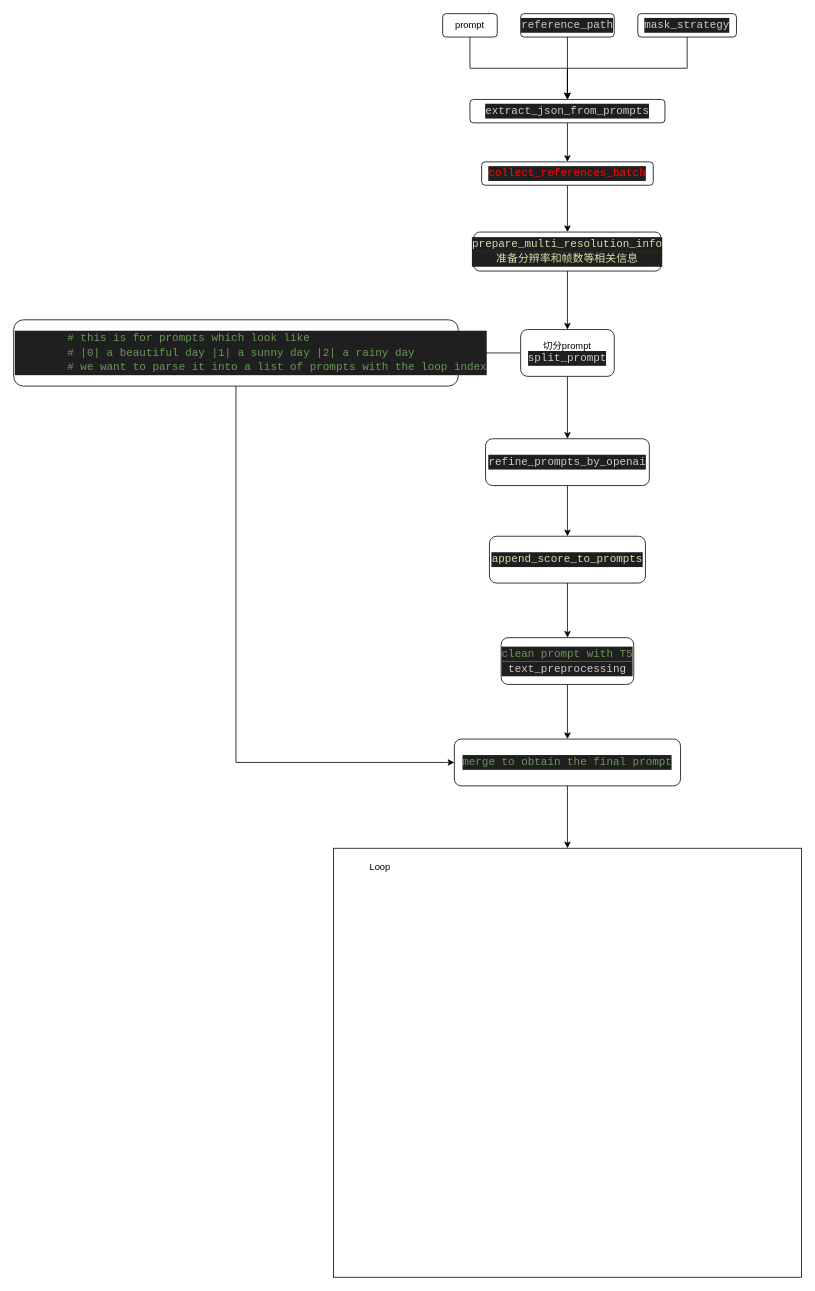
The draw.io diagram page "infer" (2 of 3) of Model/OpenSora/opensora.drawio in huangZchao/LLM-Notebook, before the edit. Source tidied: cells renumbered, new cells numbered last; positions are measured from the earlier drawing's top-left corner, leaving out a move shared by most shapes. Both pictures are drawn from the tidied source at 78%, with x=0, y=0 at pixel (13, 13).
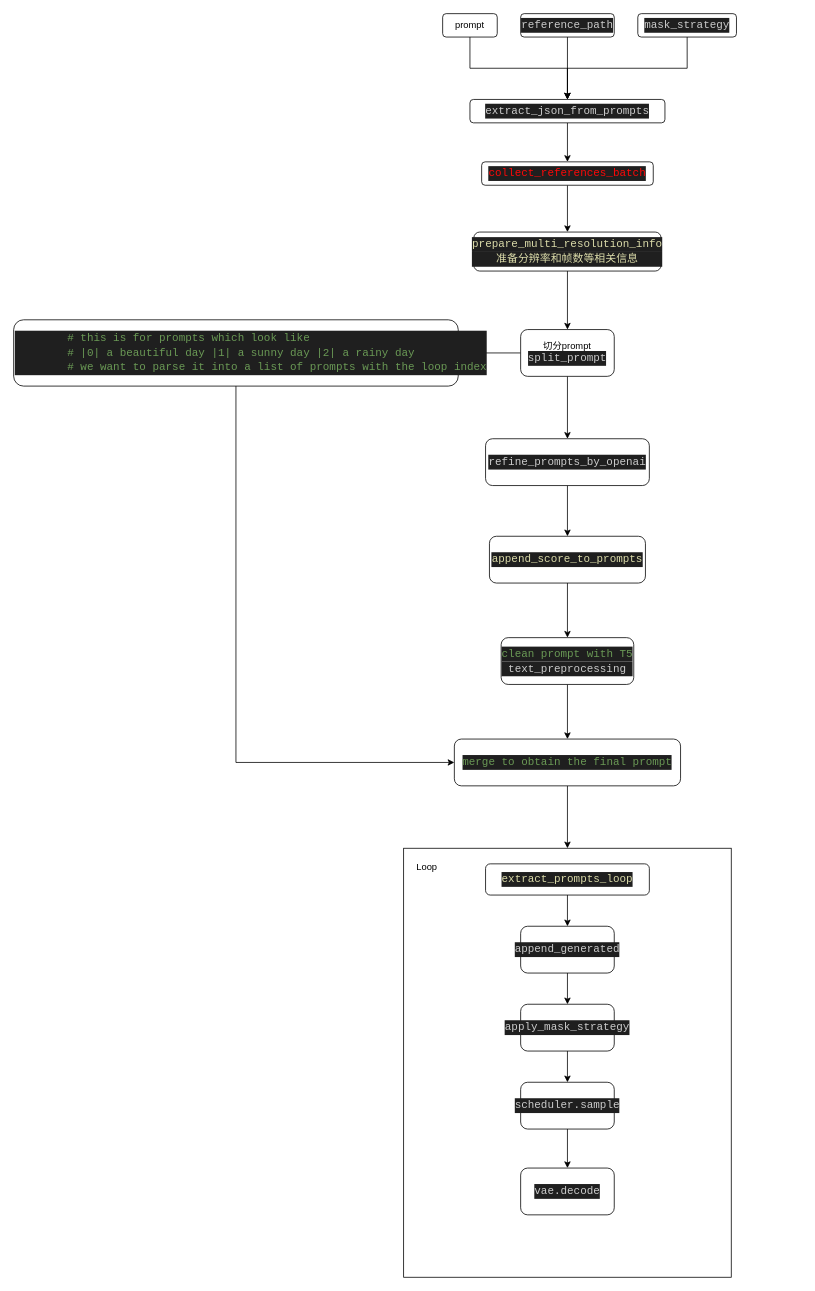
Above is the later version.

The edit, as a diff of the source:
```diff
@@
     <mxCell id="27" style="whiteSpace=wrap;html=1;rounded=1;arcSize=0;" parent="1" vertex="1">
-      <mxGeometry x="410" y="1070" width="600" height="550" as="geometry" />
+      <mxGeometry x="500" y="1070" width="420" height="550" as="geometry" />
     </mxCell>
     <mxCell id="28" value="Loop" style="text;html=1;align=center;verticalAlign=middle;whiteSpace=wrap;rounded=0;" parent="1" vertex="1">
-      <mxGeometry x="440" y="1080" width="60" height="30" as="geometry" />
+      <mxGeometry x="500" y="1080" width="60" height="30" as="geometry" />
     </mxCell>
+    <mxCell id="29" style="edgeStyle=orthogonalEdgeStyle;rounded=0;jettySize=auto;html=1;" parent="1" edge="1" source="30" target="32">
+      <mxGeometry relative="1" as="geometry" />
+    </mxCell>
+    <mxCell id="30" value="&lt;div style=&quot;color: #cccccc;background-color: #1f1f1f;font-family: Consolas, 'Courier New', monospace;font-weight: normal;font-size: 14px;line-height: 19px;white-space: pre;&quot;&gt;&lt;div&gt;&lt;span style=&quot;color: #dcdcaa;&quot;&gt;extract_prompts_loop&lt;/span&gt;&lt;/div&gt;&lt;/div&gt;" style="rounded=1;whiteSpace=wrap;html=1;" parent="1" vertex="1">
+      <mxGeometry x="605" y="1090" width="210" height="40" as="geometry" />
+    </mxCell>
+    <mxCell id="31" style="edgeStyle=orthogonalEdgeStyle;rounded=0;jettySize=auto;html=1;" parent="1" edge="1" source="32" target="34">
+      <mxGeometry relative="1" as="geometry" />
+    </mxCell>
+    <mxCell id="32" value="&lt;div style=&quot;color: rgb(204, 204, 204); background-color: rgb(31, 31, 31); font-family: Consolas, &amp;quot;Courier New&amp;quot;, monospace; font-size: 14px; line-height: 19px; white-space: pre;&quot;&gt;append_generated&lt;/div&gt;" style="whiteSpace=wrap;html=1;rounded=1;" parent="1" vertex="1">
+      <mxGeometry x="650" y="1170" width="120" height="60" as="geometry" />
+    </mxCell>
+    <mxCell id="33" style="edgeStyle=orthogonalEdgeStyle;rounded=0;jettySize=auto;html=1;" parent="1" edge="1" source="34" target="36">
+      <mxGeometry relative="1" as="geometry" />
+    </mxCell>
+    <mxCell id="34" value="&lt;div style=&quot;color: rgb(204, 204, 204); background-color: rgb(31, 31, 31); font-family: Consolas, &amp;quot;Courier New&amp;quot;, monospace; font-size: 14px; line-height: 19px; white-space: pre;&quot;&gt;apply_mask_strategy&lt;/div&gt;" style="whiteSpace=wrap;html=1;rounded=1;" parent="1" vertex="1">
+      <mxGeometry x="650" y="1270" width="120" height="60" as="geometry" />
+    </mxCell>
+    <mxCell id="35" style="edgeStyle=orthogonalEdgeStyle;rounded=0;jettySize=auto;html=1;" parent="1" edge="1" source="36" target="37">
+      <mxGeometry relative="1" as="geometry" />
+    </mxCell>
+    <mxCell id="36" value="&lt;div style=&quot;color: rgb(204, 204, 204); background-color: rgb(31, 31, 31); font-family: Consolas, &amp;quot;Courier New&amp;quot;, monospace; font-size: 14px; line-height: 19px; white-space: pre;&quot;&gt;scheduler.sample&lt;/div&gt;" style="whiteSpace=wrap;html=1;rounded=1;" parent="1" vertex="1">
+      <mxGeometry x="650" y="1370" width="120" height="60" as="geometry" />
+    </mxCell>
+    <mxCell id="37" value="&lt;div style=&quot;color: rgb(204, 204, 204); background-color: rgb(31, 31, 31); font-family: Consolas, &amp;quot;Courier New&amp;quot;, monospace; font-size: 14px; line-height: 19px; white-space: pre;&quot;&gt;vae.decode&lt;/div&gt;" style="whiteSpace=wrap;html=1;rounded=1;" parent="1" vertex="1">
+      <mxGeometry x="650" y="1480" width="120" height="60" as="geometry" />
+    </mxCell>
```
